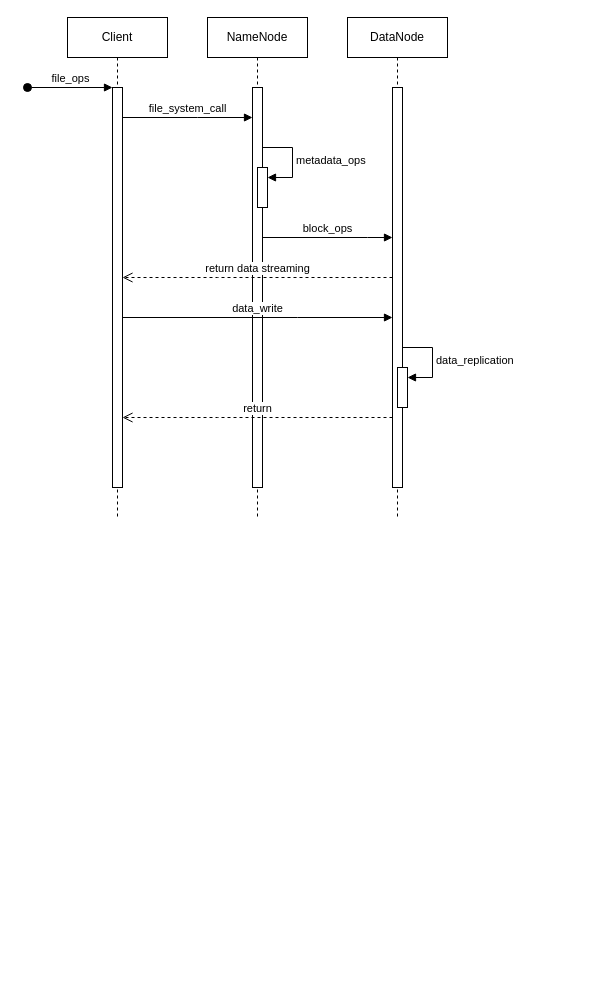
Above: HDFS_file_ops.drawio in OneOverThree/PastryTest (draw.io), before the change. Source tidied: cells renumbered, new cells numbered last; positions are measured from the earlier drawing's top-left corner, leaving out a move shared by most shapes. Both pictures are drawn from the tidied source at 100%, with x=0, y=0 at pixel (27, 17).
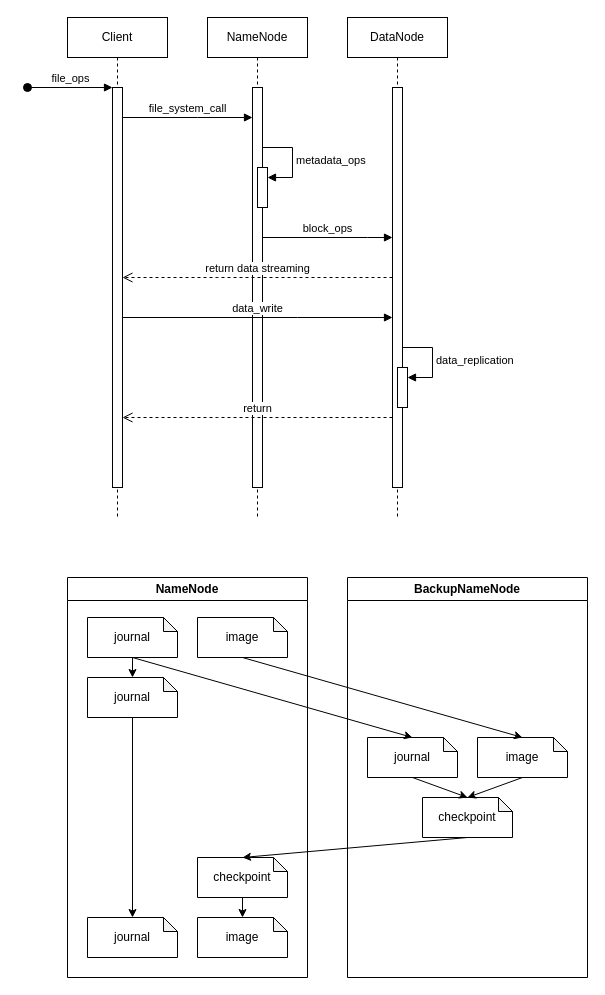
Above is the later version.

Change to the diagram source:
```diff
@@
+    <mxCell id="18" value="NameNode" style="swimlane;whiteSpace=wrap;html=1;" parent="1" vertex="1">
+      <mxGeometry x="40" y="560" width="240" height="400" as="geometry" />
+    </mxCell>
+    <mxCell id="19" value="journal" style="shape=note;whiteSpace=wrap;html=1;backgroundOutline=1;darkOpacity=0.05;size=14;" parent="18" vertex="1">
+      <mxGeometry x="20" y="40" width="90" height="40" as="geometry" />
+    </mxCell>
+    <mxCell id="20" value="image" style="shape=note;whiteSpace=wrap;html=1;backgroundOutline=1;darkOpacity=0.05;size=14;" parent="18" vertex="1">
+      <mxGeometry x="130" y="40" width="90" height="40" as="geometry" />
+    </mxCell>
+    <mxCell id="21" value="journal" style="shape=note;whiteSpace=wrap;html=1;backgroundOutline=1;darkOpacity=0.05;size=14;" parent="18" vertex="1">
+      <mxGeometry x="20" y="100" width="90" height="40" as="geometry" />
+    </mxCell>
+    <mxCell id="22" value="checkpoint" style="shape=note;whiteSpace=wrap;html=1;backgroundOutline=1;darkOpacity=0.05;size=14;" parent="18" vertex="1">
+      <mxGeometry x="130" y="280" width="90" height="40" as="geometry" />
+    </mxCell>
+    <mxCell id="23" value="image" style="shape=note;whiteSpace=wrap;html=1;backgroundOutline=1;darkOpacity=0.05;size=14;" parent="18" vertex="1">
+      <mxGeometry x="130" y="340" width="90" height="40" as="geometry" />
+    </mxCell>
+    <mxCell id="24" value="journal" style="shape=note;whiteSpace=wrap;html=1;backgroundOutline=1;darkOpacity=0.05;size=14;" parent="18" vertex="1">
+      <mxGeometry x="20" y="340" width="90" height="40" as="geometry" />
+    </mxCell>
+    <mxCell id="25" style="endArrow=classic;html=1;rounded=0;exitX=0.5;exitY=1;exitDx=0;exitDy=0;exitPerimeter=0;entryX=0.5;entryY=0;entryDx=0;entryDy=0;entryPerimeter=0;" parent="18" edge="1" source="19" target="21">
+      <mxGeometry relative="1" as="geometry" />
+    </mxCell>
+    <mxCell id="26" style="endArrow=classic;html=1;rounded=0;exitX=0.5;exitY=1;exitDx=0;exitDy=0;exitPerimeter=0;" parent="18" edge="1" source="22" target="23">
+      <mxGeometry relative="1" as="geometry" />
+    </mxCell>
+    <mxCell id="27" style="endArrow=classic;html=1;rounded=0;exitX=0.5;exitY=1;exitDx=0;exitDy=0;exitPerimeter=0;" parent="18" edge="1" source="21" target="24">
+      <mxGeometry relative="1" as="geometry" />
+    </mxCell>
+    <mxCell id="28" value="BackupNameNode" style="swimlane;whiteSpace=wrap;html=1;" parent="1" vertex="1">
+      <mxGeometry x="320" y="560" width="240" height="400" as="geometry" />
+    </mxCell>
+    <mxCell id="29" value="journal" style="shape=note;whiteSpace=wrap;html=1;backgroundOutline=1;darkOpacity=0.05;size=14;" parent="28" vertex="1">
+      <mxGeometry x="20" y="160" width="90" height="40" as="geometry" />
+    </mxCell>
+    <mxCell id="30" value="image" style="shape=note;whiteSpace=wrap;html=1;backgroundOutline=1;darkOpacity=0.05;size=14;" parent="28" vertex="1">
+      <mxGeometry x="130" y="160" width="90" height="40" as="geometry" />
+    </mxCell>
+    <mxCell id="31" value="checkpoint" style="shape=note;whiteSpace=wrap;html=1;backgroundOutline=1;darkOpacity=0.05;size=14;" parent="28" vertex="1">
+      <mxGeometry x="75" y="220" width="90" height="40" as="geometry" />
+    </mxCell>
+    <mxCell id="32" style="endArrow=classic;html=1;rounded=0;exitX=0.5;exitY=1;exitDx=0;exitDy=0;exitPerimeter=0;entryX=0.5;entryY=0;entryDx=0;entryDy=0;entryPerimeter=0;" parent="28" edge="1" source="29" target="31">
+      <mxGeometry relative="1" as="geometry" />
+    </mxCell>
+    <mxCell id="33" style="endArrow=classic;html=1;rounded=0;exitX=0.5;exitY=1;exitDx=0;exitDy=0;exitPerimeter=0;entryX=0.5;entryY=0;entryDx=0;entryDy=0;entryPerimeter=0;" parent="28" edge="1" source="30" target="31">
+      <mxGeometry relative="1" as="geometry" />
+    </mxCell>
+    <mxCell id="34" style="endArrow=classic;html=1;rounded=0;exitX=0.5;exitY=1;exitDx=0;exitDy=0;exitPerimeter=0;entryX=0.5;entryY=0;entryDx=0;entryDy=0;entryPerimeter=0;" parent="1" edge="1" source="19" target="29">
+      <mxGeometry relative="1" as="geometry" />
+    </mxCell>
+    <mxCell id="35" style="endArrow=classic;html=1;rounded=0;exitX=0.5;exitY=1;exitDx=0;exitDy=0;exitPerimeter=0;entryX=0.5;entryY=0;entryDx=0;entryDy=0;entryPerimeter=0;" parent="1" edge="1" source="20" target="30">
+      <mxGeometry relative="1" as="geometry" />
+    </mxCell>
+    <mxCell id="36" style="endArrow=classic;html=1;rounded=0;exitX=0.5;exitY=1;exitDx=0;exitDy=0;exitPerimeter=0;entryX=0.5;entryY=0;entryDx=0;entryDy=0;entryPerimeter=0;" parent="1" edge="1" source="31" target="22">
+      <mxGeometry relative="1" as="geometry" />
+    </mxCell>
```
